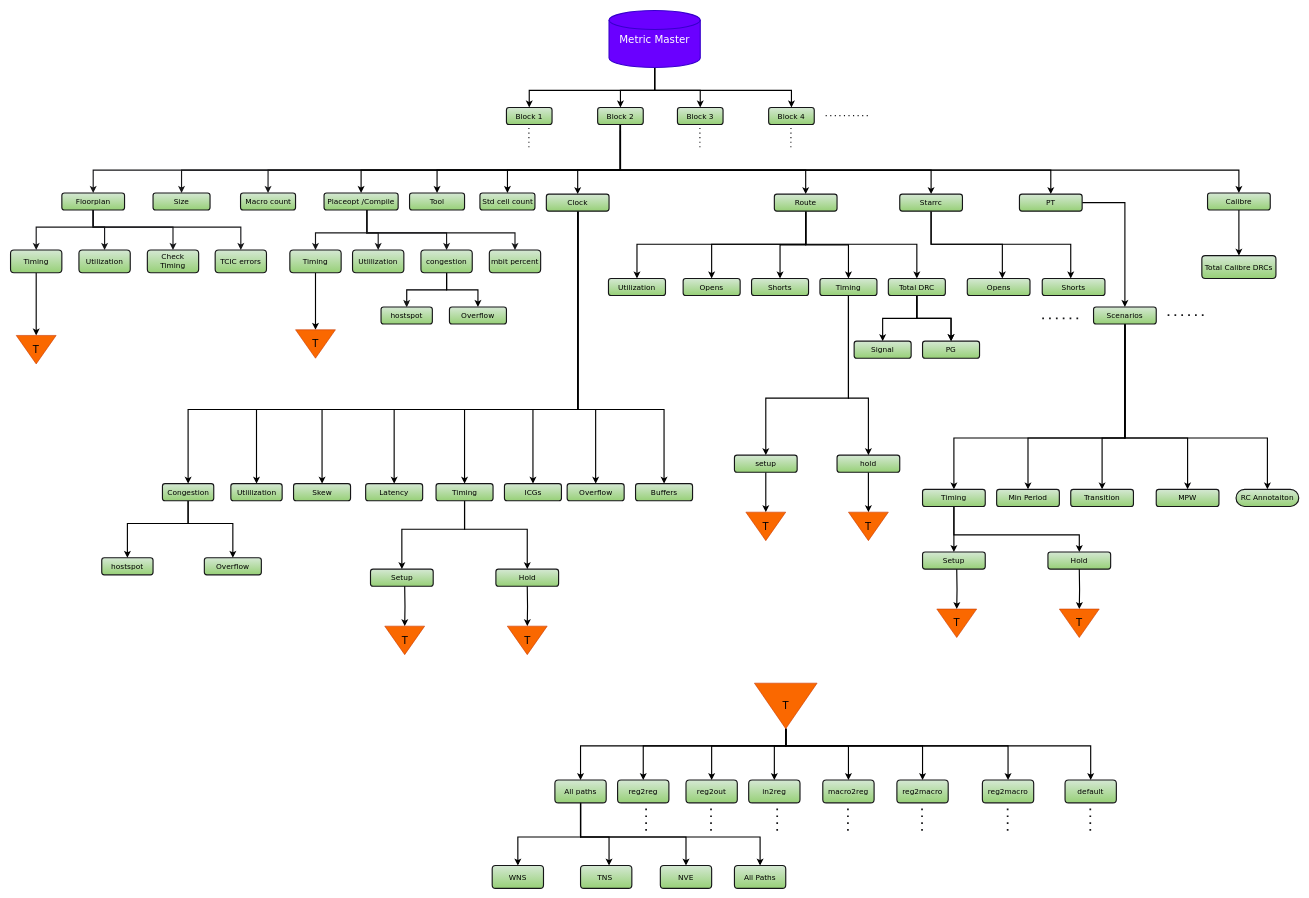
Jairamh/hello-world keeps this draw.io diagram as metric_mater_ER.drawio. Above is the earlier version. Source tidied: cells renumbered, new cells numbered last; positions are measured from the earlier drawing's top-left corner, leaving out a move shared by most shapes. Both pictures are drawn from the tidied source at 57%, with x=0, y=0 at pixel (10, 10).
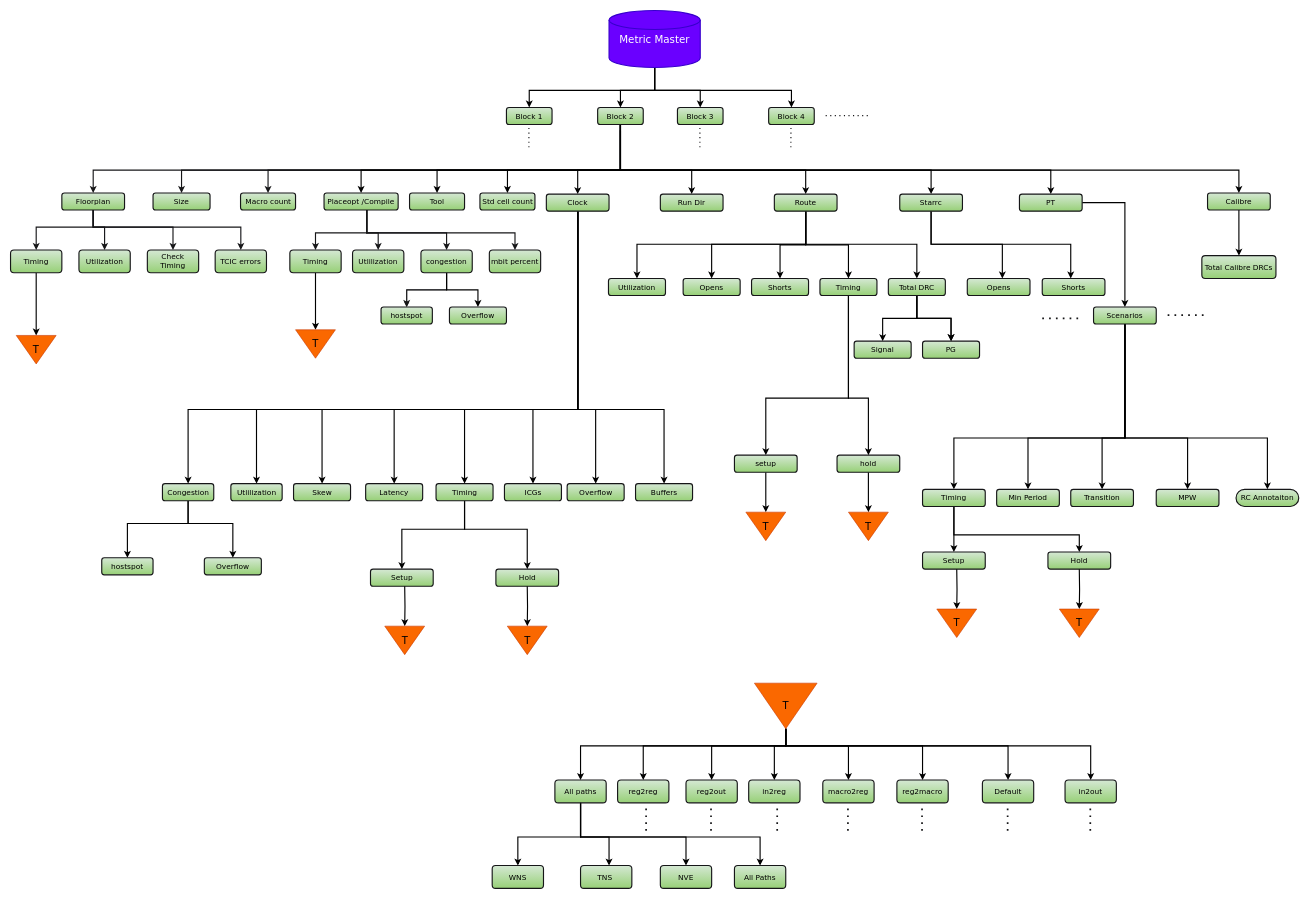
After the change.

The change refers to these unchanged cells:
```xml
<mxCell id="14" value="Block 2" style="rounded=1;whiteSpace=wrap;html=1;fillColor=#d5e8d4;strokeColor=#161618;gradientColor=#97d077;strokeWidth=2;shadow=0;fontSize=13;fontFamily=Verdana;" parent="1" vertex="1">
  <mxGeometry x="1030" y="170" width="80" height="30" as="geometry" />
</mxCell>
```

The edit, as a diff of the source:
```diff
@@
+    <mxCell id="174" style="edgeStyle=orthogonalEdgeStyle;shape=connector;rounded=0;jettySize=auto;html=1;labelBackgroundColor=default;strokeColor=default;strokeWidth=2;fontFamily=Helvetica;fontSize=11;fontColor=default;endArrow=classic;" parent="1" edge="1" source="14" target="175">
+      <mxGeometry relative="1" as="geometry">
+        <Array as="points">
+          <mxPoint x="1070" y="280" />
+          <mxPoint x="1195" y="280" />
+        </Array>
+      </mxGeometry>
+    </mxCell>
@@
-    <mxCell id="137" value="reg2macro" style="rounded=1;whiteSpace=wrap;html=1;fillColor=#d5e8d4;strokeColor=#161618;gradientColor=#97d077;strokeWidth=2;shadow=0;fontSize=13;fontFamily=Verdana;" parent="1" vertex="1">
+    <mxCell id="137" value="Default" style="rounded=1;whiteSpace=wrap;html=1;fillColor=#d5e8d4;strokeColor=#161618;gradientColor=#97d077;strokeWidth=2;shadow=0;fontSize=13;fontFamily=Verdana;" parent="1" vertex="1">
       <mxGeometry x="1705" y="1350" width="90" height="40" as="geometry" />
     </mxCell>
@@
-    <mxCell id="163" value="default" style="rounded=1;whiteSpace=wrap;html=1;fillColor=#d5e8d4;strokeColor=#161618;gradientColor=#97d077;strokeWidth=2;shadow=0;fontSize=13;fontFamily=Verdana;" parent="1" vertex="1">
+    <mxCell id="163" value="in2out" style="rounded=1;whiteSpace=wrap;html=1;fillColor=#d5e8d4;strokeColor=#161618;gradientColor=#97d077;strokeWidth=2;shadow=0;fontSize=13;fontFamily=Verdana;" parent="1" vertex="1">
       <mxGeometry x="1850" y="1350" width="90" height="40" as="geometry" />
     </mxCell>
@@
+    <mxCell id="175" value="Run Dir" style="rounded=1;whiteSpace=wrap;html=1;fillColor=#d5e8d4;strokeColor=#161618;gradientColor=#97d077;strokeWidth=2;shadow=0;fontSize=13;fontFamily=Verdana;" parent="1" vertex="1">
+      <mxGeometry x="1140" y="322" width="110" height="30" as="geometry" />
+    </mxCell>
```
